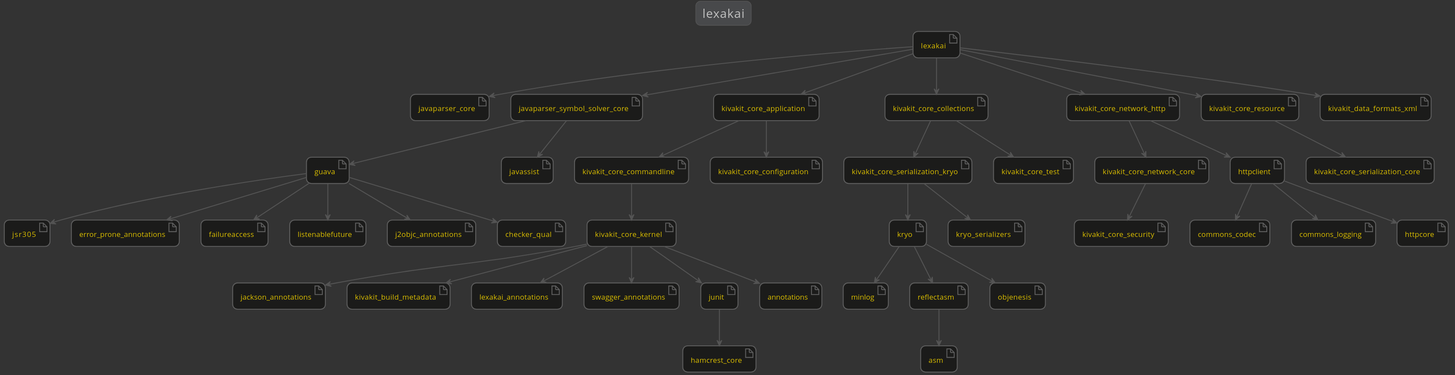
Before: docs/lexakai/lexakai/documentation/diagrams/dependencies.svg, a diagram exported from PlantUML (Telenav/lexakai-assets). The source it was exported from:
```plantuml
@startuml

    !include ../lexakai/lexakai.theme

    title "lexakai"

    artifact kryo
    artifact minlog
    artifact reflectasm
    artifact jackson_annotations
    artifact javaparser_core
    artifact javaparser_symbol_solver_core
    artifact jsr305
    artifact error_prone_annotations
    artifact failureaccess
    artifact guava
    artifact listenablefuture
    artifact j2objc_annotations
    artifact kivakit_build_metadata
    artifact kivakit_core_application
    artifact kivakit_core_collections
    artifact kivakit_core_commandline
    artifact kivakit_core_configuration
    artifact kivakit_core_kernel
    artifact kivakit_core_network_core
    artifact kivakit_core_network_http
    artifact kivakit_core_resource
    artifact kivakit_core_security
    artifact kivakit_core_serialization_core
    artifact kivakit_core_serialization_kryo
    artifact kivakit_core_test
    artifact kivakit_data_formats_xml
    artifact lexakai_annotations
    artifact lexakai
    artifact commons_codec
    artifact commons_logging
    artifact kryo_serializers
    artifact swagger_annotations
    artifact junit
    artifact httpclient
    artifact httpcore
    artifact checker_qual
    artifact hamcrest_core
    artifact javassist
    artifact annotations
    artifact objenesis
    artifact asm
    guava --> checker_qual
    guava --> error_prone_annotations
    guava --> failureaccess
    guava --> j2objc_annotations
    guava --> jsr305
    guava --> listenablefuture
    httpclient --> commons_codec
    httpclient --> commons_logging
    httpclient --> httpcore
    javaparser_symbol_solver_core --> guava
    javaparser_symbol_solver_core --> javassist
    junit --> hamcrest_core
    kivakit_core_application --> kivakit_core_commandline
    kivakit_core_application --> kivakit_core_configuration
    kivakit_core_collections --> kivakit_core_serialization_kryo
    kivakit_core_collections --> kivakit_core_test
    kivakit_core_commandline --> kivakit_core_kernel
    kivakit_core_kernel --> annotations
    kivakit_core_kernel --> jackson_annotations
    kivakit_core_kernel --> junit
    kivakit_core_kernel --> kivakit_build_metadata
    kivakit_core_kernel --> lexakai_annotations
    kivakit_core_kernel --> swagger_annotations
    kivakit_core_network_core --> kivakit_core_security
    kivakit_core_network_http --> httpclient
    kivakit_core_network_http --> kivakit_core_network_core
    kivakit_core_resource --> kivakit_core_serialization_core
    kivakit_core_serialization_kryo --> kryo
    kivakit_core_serialization_kryo --> kryo_serializers
    kryo --> minlog
    kryo --> objenesis
    kryo --> reflectasm
    lexakai --> javaparser_core
    lexakai --> javaparser_symbol_solver_core
    lexakai --> kivakit_core_application
    lexakai --> kivakit_core_collections
    lexakai --> kivakit_core_network_http
    lexakai --> kivakit_core_resource
    lexakai --> kivakit_data_formats_xml
    reflectasm --> asm

@enduml
```
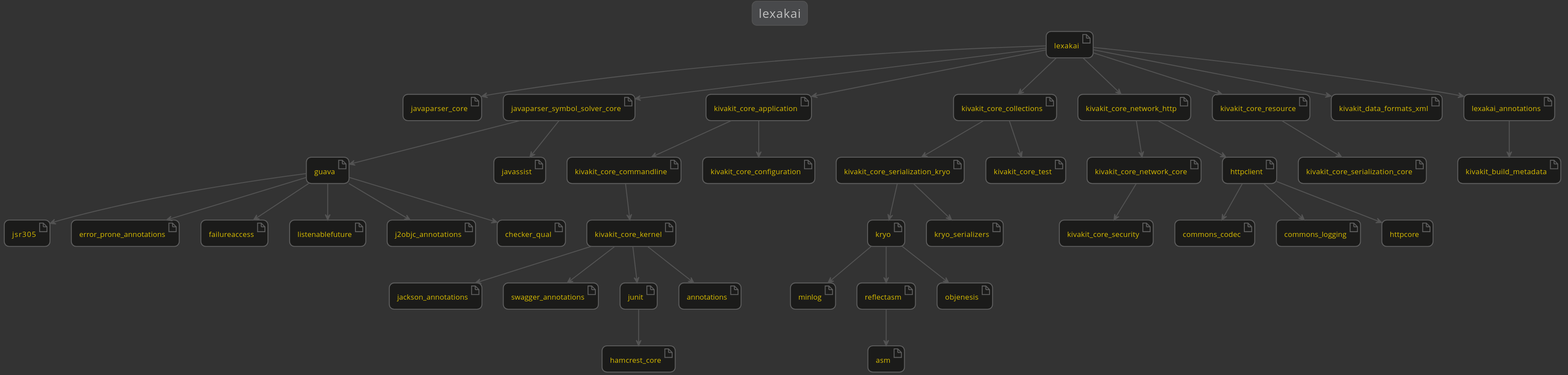
Above is the later version.

The edit, as a diff of the source:
```diff
@@ -65,8 +65,6 @@
     kivakit_core_kernel --> annotations
     kivakit_core_kernel --> jackson_annotations
     kivakit_core_kernel --> junit
-    kivakit_core_kernel --> kivakit_build_metadata
-    kivakit_core_kernel --> lexakai_annotations
     kivakit_core_kernel --> swagger_annotations
     kivakit_core_network_core --> kivakit_core_security
     kivakit_core_network_http --> httpclient
@@ -84,6 +82,8 @@
     lexakai --> kivakit_core_network_http
     lexakai --> kivakit_core_resource
     lexakai --> kivakit_data_formats_xml
+    lexakai --> lexakai_annotations
+    lexakai_annotations --> kivakit_build_metadata
     reflectasm --> asm
 
 @enduml
```
